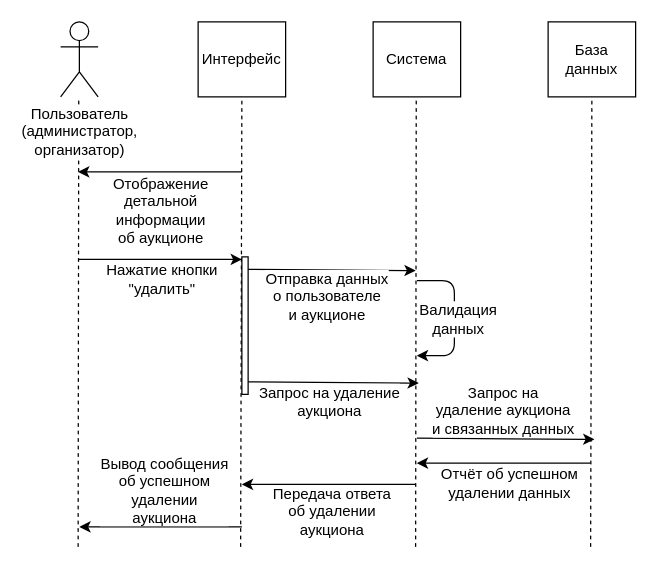
Before: Diagrams/Cases Diagrams/Delete Auction Diagram.drawio in Fake-Make/Au, a draw.io diagram. Source tidied: cells renumbered, new cells numbered last; positions are measured from the earlier drawing's top-left corner, leaving out a move shared by most shapes. Both pictures are drawn from the tidied source at 125%, with x=0, y=0 at pixel (60, 21).
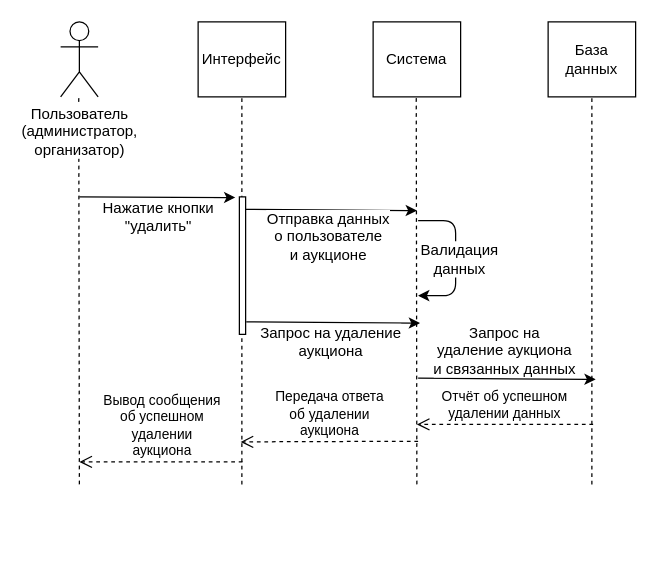
The same diagram, later.

Unchanged cells that the change refers to:
```xml
<mxCell id="4" value="База данных" style="rounded=0;whiteSpace=wrap;html=1;" parent="1" vertex="1">
  <mxGeometry x="390" width="70" height="60" as="geometry" />
</mxCell>
```

What changed in the source:
```diff
@@
     <mxCell id="5" style="endArrow=none;dashed=1;html=1;entryX=0.5;entryY=1;entryDx=0;entryDy=0;" parent="1" edge="1" target="4">
       <mxGeometry relative="1" as="geometry">
-        <mxPoint x="424" y="420" as="sourcePoint" />
+        <mxPoint x="425" y="370" as="sourcePoint" />
       </mxGeometry>
     </mxCell>
     <mxCell id="6" style="endArrow=none;dashed=1;html=1;entryX=0.5;entryY=1;entryDx=0;entryDy=0;" parent="1" edge="1">
       <mxGeometry relative="1" as="geometry">
-        <mxPoint x="284" y="420" as="sourcePoint" />
+        <mxPoint x="285" y="370" as="sourcePoint" />
         <mxPoint x="284.5" y="60" as="targetPoint" />
       </mxGeometry>
     </mxCell>
     <mxCell id="7" style="endArrow=none;dashed=1;html=1;entryX=0.5;entryY=1;entryDx=0;entryDy=0;" parent="1" edge="1">
       <mxGeometry relative="1" as="geometry">
-        <mxPoint x="144" y="420" as="sourcePoint" />
+        <mxPoint x="145" y="370" as="sourcePoint" />
         <mxPoint x="145" y="60" as="targetPoint" />
       </mxGeometry>
     </mxCell>
     <mxCell id="8" style="endArrow=none;dashed=1;html=1;entryX=0.5;entryY=1;entryDx=0;entryDy=0;" parent="1" edge="1">
       <mxGeometry relative="1" as="geometry">
-        <mxPoint x="14" y="420" as="sourcePoint" />
+        <mxPoint x="15" y="370" as="sourcePoint" />
         <mxPoint x="14.5" y="60" as="targetPoint" />
       </mxGeometry>
     </mxCell>
@@
-    <mxCell id="10" style="endArrow=classic;html=1;" parent="1" edge="1">
-      <mxGeometry relative="1" as="geometry">
-        <mxPoint x="145" y="120" as="sourcePoint" />
-        <mxPoint x="14" y="120" as="targetPoint" />
-      </mxGeometry>
-    </mxCell>
-    <mxCell id="11" value="Отображение&lt;br&gt;детальной&lt;br&gt;информации&lt;br&gt;об аукционе&lt;br&gt;" style="text;html=1;align=center;verticalAlign=middle;labelBackgroundColor=#ffffff;" parent="10" vertex="1">
-      <mxGeometry x="0.17" relative="1" as="geometry">
-        <mxPoint x="11.5" y="30" as="offset" />
-      </mxGeometry>
-    </mxCell>
-    <mxCell id="12" style="endArrow=classic;html=1;" parent="1" edge="1">
+    <mxCell id="12" style="endArrow=classic;html=1;entryX=-0.657;entryY=0.005;entryDx=0;entryDy=0;entryPerimeter=0;" parent="1" edge="1" target="28">
       <mxGeometry relative="1" as="geometry">
-        <mxPoint x="14" y="190" as="sourcePoint" />
-        <mxPoint x="145" y="190" as="targetPoint" />
+        <mxPoint x="15" y="140" as="sourcePoint" />
       </mxGeometry>
     </mxCell>
@@
     <mxCell id="14" style="endArrow=classic;html=1;" parent="1" edge="1">
       <mxGeometry relative="1" as="geometry">
-        <mxPoint x="285" y="333" as="sourcePoint" />
-        <mxPoint x="427" y="334" as="targetPoint" />
+        <mxPoint x="286" y="285" as="sourcePoint" />
+        <mxPoint x="428" y="286" as="targetPoint" />
       </mxGeometry>
     </mxCell>
@@
-    <mxCell id="16" style="endArrow=classic;html=1;" parent="1" edge="1">
-      <mxGeometry relative="1" as="geometry">
-        <mxPoint x="424" y="353" as="sourcePoint" />
-        <mxPoint x="285" y="353" as="targetPoint" />
-      </mxGeometry>
-    </mxCell>
-    <mxCell id="17" value="Отчёт об успешном&lt;br&gt;удалении данных&lt;br&gt;" style="text;html=1;align=center;verticalAlign=middle;labelBackgroundColor=#ffffff;" parent="16" vertex="1">
-      <mxGeometry x="-0.36" y="1" relative="1" as="geometry">
-        <mxPoint x="-22" y="14" as="offset" />
-      </mxGeometry>
-    </mxCell>
-    <mxCell id="18" style="endArrow=classic;html=1;" parent="1" edge="1">
-      <mxGeometry relative="1" as="geometry">
-        <mxPoint x="284" y="370" as="sourcePoint" />
-        <mxPoint x="145" y="370" as="targetPoint" />
-      </mxGeometry>
-    </mxCell>
-    <mxCell id="19" value="Передача ответа&lt;br&gt;об удалении&lt;br&gt;аукциона&lt;br&gt;" style="text;html=1;align=center;verticalAlign=middle;labelBackgroundColor=#ffffff;" parent="18" vertex="1">
-      <mxGeometry x="0.18" y="-2" relative="1" as="geometry">
-        <mxPoint x="14.5" y="23" as="offset" />
-      </mxGeometry>
-    </mxCell>
-    <mxCell id="20" style="endArrow=classic;html=1;" parent="1" edge="1">
-      <mxGeometry relative="1" as="geometry">
-        <mxPoint x="145" y="404" as="sourcePoint" />
-        <mxPoint x="15" y="404" as="targetPoint" />
-      </mxGeometry>
-    </mxCell>
-    <mxCell id="21" value="Вывод сообщения&lt;br&gt;об успешном&lt;br&gt;удалении&lt;br&gt;аукциона&lt;br&gt;" style="text;html=1;align=center;verticalAlign=middle;labelBackgroundColor=#ffffff;" parent="20" vertex="1">
-      <mxGeometry x="-0.12" relative="1" as="geometry">
-        <mxPoint x="-6" y="-30" as="offset" />
-      </mxGeometry>
-    </mxCell>
     <mxCell id="22" style="endArrow=classic;html=1;" parent="1" edge="1">
       <mxGeometry relative="1" as="geometry">
-        <mxPoint x="147.5" y="288" as="sourcePoint" />
-        <mxPoint x="286.5" y="289" as="targetPoint" />
+        <mxPoint x="148.5" y="240" as="sourcePoint" />
+        <mxPoint x="287.5" y="241" as="targetPoint" />
       </mxGeometry>
     </mxCell>
@@
     <mxCell id="24" style="endArrow=classic;html=1;" parent="1" edge="1">
       <mxGeometry relative="1" as="geometry">
-        <mxPoint x="145" y="198" as="sourcePoint" />
-        <mxPoint x="284" y="199" as="targetPoint" />
+        <mxPoint x="146" y="150" as="sourcePoint" />
+        <mxPoint x="285" y="151" as="targetPoint" />
       </mxGeometry>
     </mxCell>
@@
     <mxCell id="26" style="endArrow=classic;html=1;" parent="1" edge="1">
       <mxGeometry relative="1" as="geometry">
-        <mxPoint x="285" y="207" as="sourcePoint" />
-        <mxPoint x="285" y="267" as="targetPoint" />
+        <mxPoint x="286" y="159" as="sourcePoint" />
+        <mxPoint x="286" y="219" as="targetPoint" />
         <Array as="points">
-          <mxPoint x="315" y="207" />
-          <mxPoint x="315" y="267" />
+          <mxPoint x="316" y="159" />
+          <mxPoint x="316" y="219" />
         </Array>
       </mxGeometry>
     </mxCell>
@@
     <mxCell id="28" style="rounded=0;whiteSpace=wrap;html=1;" parent="1" vertex="1">
-      <mxGeometry x="145" y="188" width="5" height="110" as="geometry" />
+      <mxGeometry x="143" y="140" width="5" height="110" as="geometry" />
     </mxCell>
+    <mxCell id="17" value="&lt;span&gt;Отчёт об успешном&lt;/span&gt;&lt;br&gt;&lt;span&gt;удалении данных&lt;/span&gt;" style="html=1;verticalAlign=bottom;endArrow=open;dashed=1;endSize=8;" parent="1" edge="1">
+      <mxGeometry relative="1" as="geometry">
+        <mxPoint x="426" y="322" as="sourcePoint" />
+        <mxPoint x="285" y="322" as="targetPoint" />
+      </mxGeometry>
+    </mxCell>
+    <mxCell id="19" value="&lt;span&gt;Передача ответа&lt;/span&gt;&lt;br&gt;&lt;span&gt;об удалении&lt;/span&gt;&lt;br&gt;&lt;span&gt;аукциона&lt;/span&gt;" style="html=1;verticalAlign=bottom;endArrow=open;dashed=1;endSize=8;" parent="1" edge="1">
+      <mxGeometry relative="1" as="geometry">
+        <mxPoint x="286" y="335.5" as="sourcePoint" />
+        <mxPoint x="144" y="336" as="targetPoint" />
+      </mxGeometry>
+    </mxCell>
+    <mxCell id="21" value="&lt;span&gt;Вывод сообщения&lt;/span&gt;&lt;br&gt;&lt;span&gt;об успешном&lt;/span&gt;&lt;br&gt;&lt;span&gt;удалении&lt;/span&gt;&lt;br&gt;&lt;span&gt;аукциона&lt;/span&gt;" style="html=1;verticalAlign=bottom;endArrow=open;dashed=1;endSize=8;" parent="1" edge="1">
+      <mxGeometry relative="1" as="geometry">
+        <mxPoint x="145.5" y="352" as="sourcePoint" />
+        <mxPoint x="15" y="352" as="targetPoint" />
+      </mxGeometry>
+    </mxCell>
```
